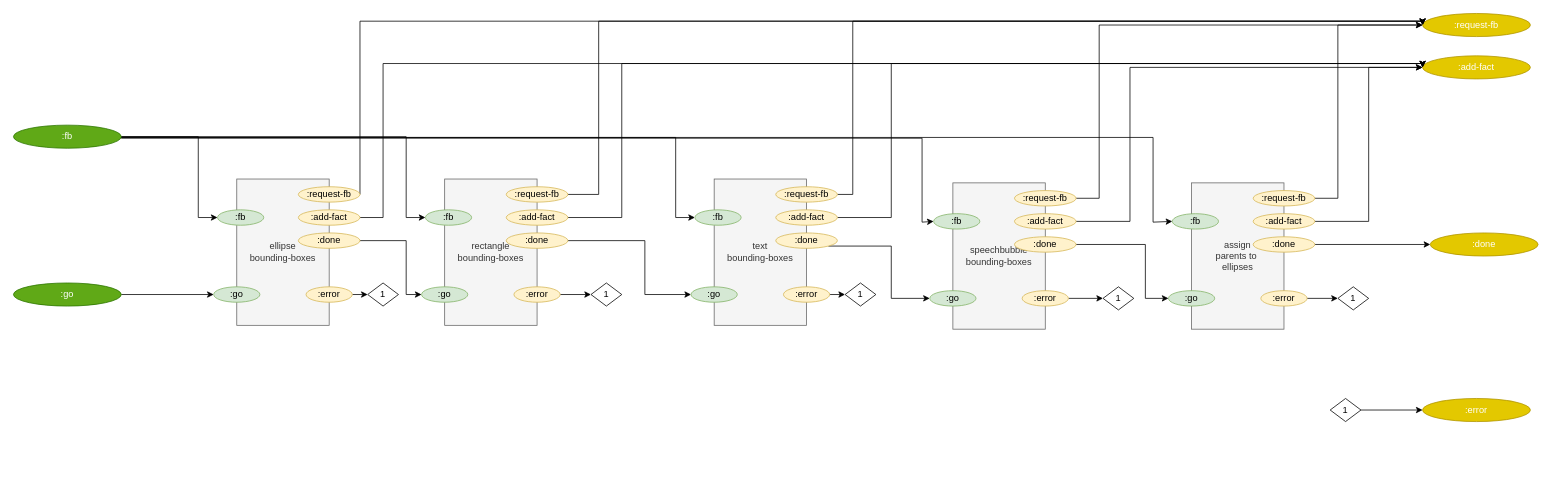
Above: page "Passes" (10 of 10) of svg/cl-compiler/doc/compiler-test-bed.drawio in bmfbp/bmfbp (draw.io), before the change. Source tidied: cells renumbered, new cells numbered last; positions are measured from the earlier drawing's top-left corner, leaving out a move shared by most shapes. Both pictures are drawn from the tidied source at 77%, with x=0, y=0 at pixel (13, 13).
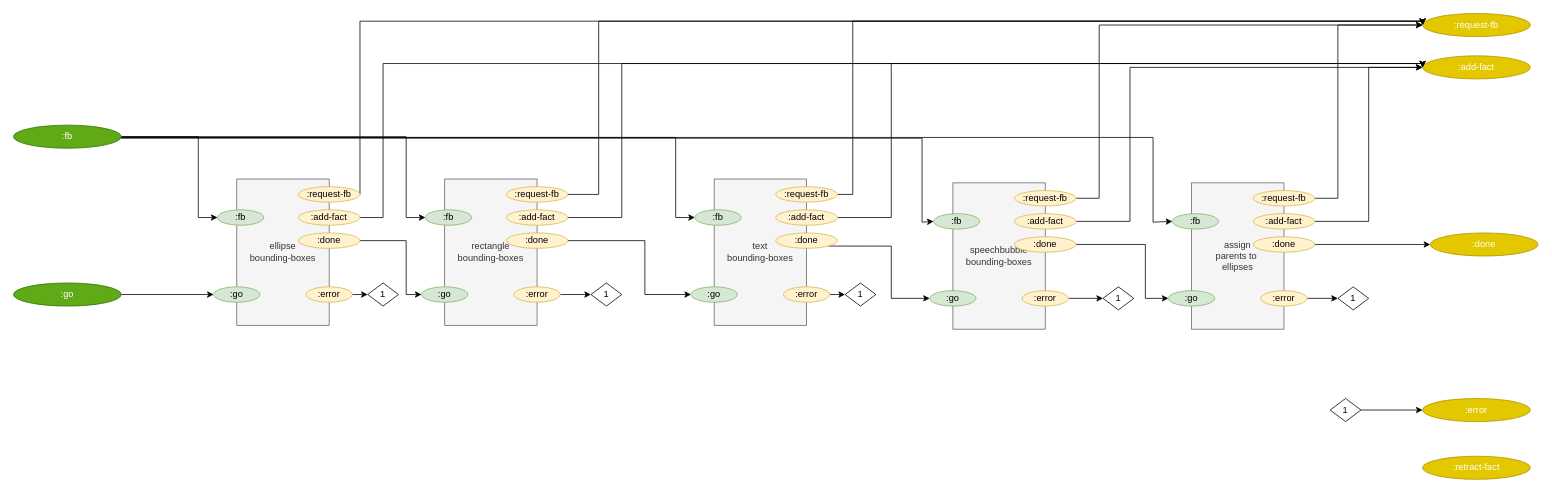
After the change.

Change to the diagram source:
```diff
@@
+    <mxCell id="76" value=":retract-fact" style="ellipse;whiteSpace=wrap;html=1;fillColor=#e3c800;strokeColor=#B09500;fontColor=#ffffff;" parent="1" vertex="1">
+      <mxGeometry x="1830" y="575" width="140" height="30" as="geometry" />
+    </mxCell>
```
